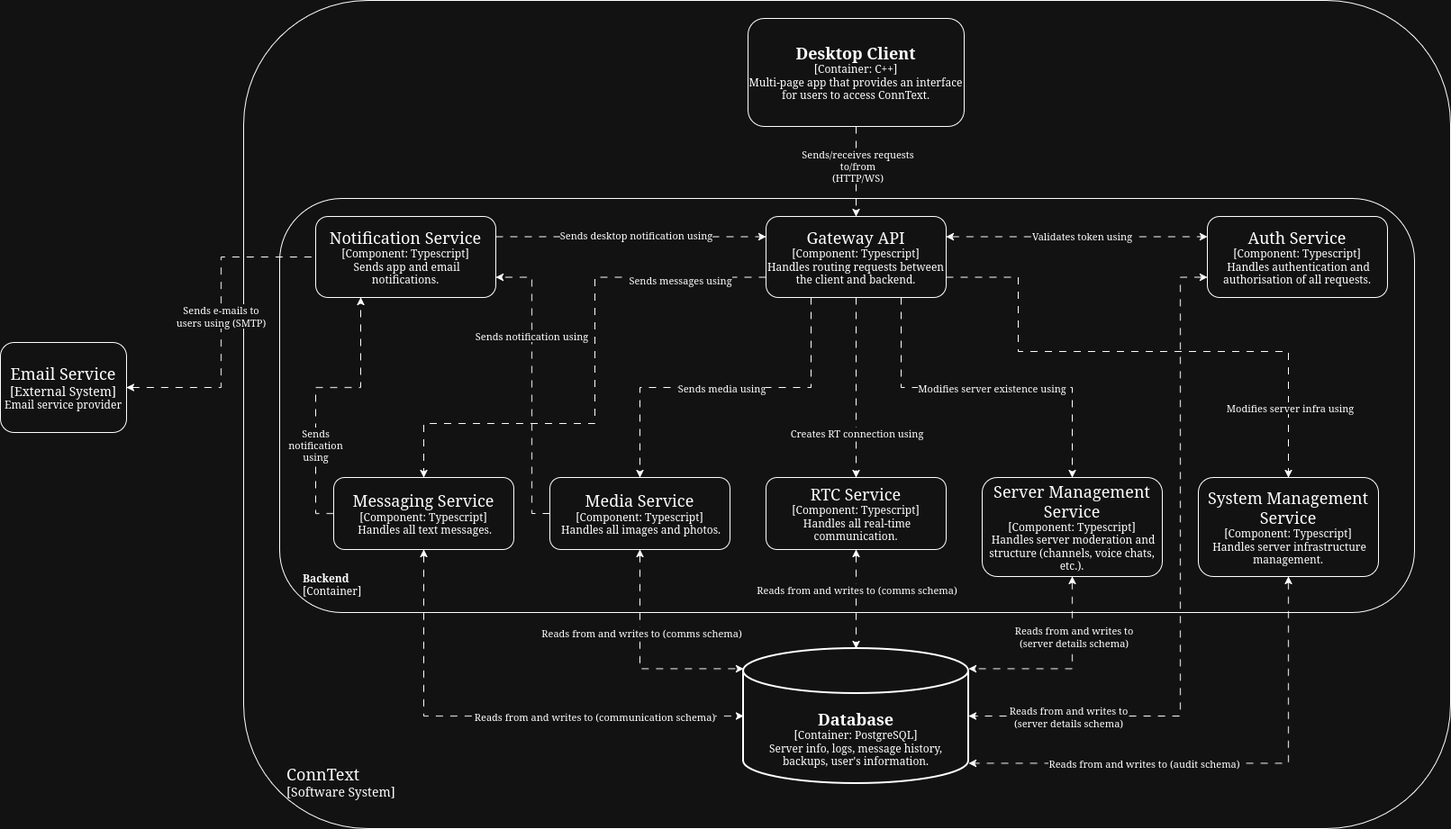
Above: Design/Architecture/Images/BackendComponentDiagram.png in Mx-Angel/ConnText-Docs (draw.io), before the change. Source tidied: cells renumbered, new cells last; positions are measured from the earlier drawing's top-left corner, leaving out a move shared by most shapes.
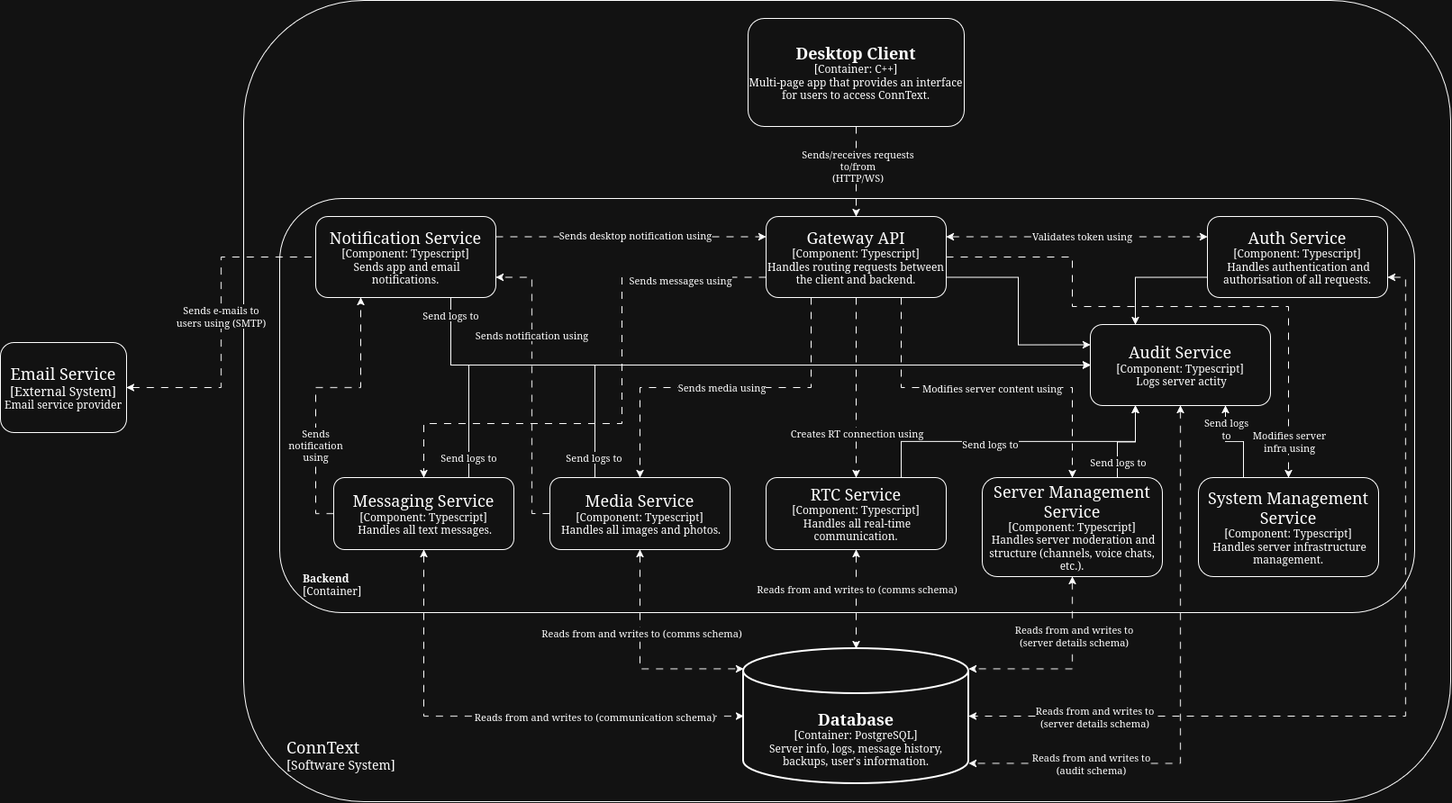
The same diagram one commit later.

Commit message:
Add backend ERD + ADR

The edit, as a diff of the source:
```diff
@@ -3,7 +3,7 @@
     <mxCell id="0" />
     <mxCell id="1" parent="0" />
     <mxCell id="2" value="&lt;div&gt;&lt;font style=&quot;font-size: 18px;&quot;&gt;ConnText&lt;/font&gt;&lt;/div&gt;&lt;div&gt;&lt;font style=&quot;font-size: 14px;&quot;&gt;[Software System]&lt;/font&gt;&lt;/div&gt;" style="rounded=1;whiteSpace=wrap;html=1;labelBackgroundColor=none;fillColor=none;align=left;verticalAlign=bottom;labelPosition=center;verticalLabelPosition=middle;spacingBottom=30;spacingLeft=46;" parent="1" vertex="1">
-      <mxGeometry x="270" width="1340" height="920" as="geometry" />
+      <mxGeometry x="270" width="1340" height="890" as="geometry" />
     </mxCell>
     <mxCell id="3" style="edgeStyle=orthogonalEdgeStyle;rounded=0;jettySize=auto;html=1;dashed=1;dashPattern=8 8;startArrow=classic;startFill=1;endArrow=none;endFill=0;entryX=0;entryY=0.5;entryDx=0;entryDy=0;" parent="1" edge="1" source="5" target="39">
       <mxGeometry relative="1" as="geometry" />
@@ -46,6 +46,9 @@
     <mxCell id="15" value="Validates token using" style="edgeLabel;html=1;align=center;verticalAlign=middle;" parent="14" vertex="1">
       <mxGeometry x="0.03" y="1" relative="1" as="geometry" />
     </mxCell>
+    <mxCell id="52" style="edgeStyle=orthogonalEdgeStyle;rounded=0;jettySize=auto;html=1;exitX=1;exitY=0.75;exitDx=0;exitDy=0;entryX=0;entryY=0.25;entryDx=0;entryDy=0;" parent="12" edge="1" source="16" target="66">
+      <mxGeometry relative="1" as="geometry" />
+    </mxCell>
     <mxCell id="16" value="&lt;div&gt;&lt;font style=&quot;font-size: 18px;&quot;&gt;Gateway API&lt;/font&gt;&lt;/div&gt;&lt;div&gt;[Component: Typescript]&lt;/div&gt;&lt;div&gt;Handles routing requests between the client and backend.&lt;/div&gt;" style="rounded=1;whiteSpace=wrap;html=1;fillColor=none;" parent="12" vertex="1">
       <mxGeometry x="540" y="20" width="200" height="90" as="geometry" />
     </mxCell>
@@ -55,6 +58,12 @@
     <mxCell id="18" value="&lt;div&gt;Sends&lt;/div&gt;&lt;div&gt;notification&lt;/div&gt;&lt;div&gt;using&lt;/div&gt;" style="edgeLabel;html=1;align=center;verticalAlign=middle;" parent="17" vertex="1">
       <mxGeometry x="-0.38" y="1" relative="1" as="geometry" />
     </mxCell>
+    <mxCell id="53" style="edgeStyle=orthogonalEdgeStyle;rounded=0;jettySize=auto;html=1;exitX=0.75;exitY=0;exitDx=0;exitDy=0;entryX=0;entryY=0.5;entryDx=0;entryDy=0;" parent="12" edge="1" source="19" target="66">
+      <mxGeometry relative="1" as="geometry" />
+    </mxCell>
+    <mxCell id="54" value="Send logs to" style="edgeLabel;html=1;align=center;verticalAlign=middle;" parent="53" vertex="1">
+      <mxGeometry x="-0.94" y="1" relative="1" as="geometry" />
+    </mxCell>
     <mxCell id="19" value="&lt;div&gt;&lt;font style=&quot;font-size: 18px;&quot;&gt;Messaging Service&lt;/font&gt;&lt;/div&gt;&lt;div&gt;[Component: Typescript]&lt;/div&gt;&lt;div&gt;&amp;nbsp;Handles all text messages.&lt;/div&gt;" style="rounded=1;whiteSpace=wrap;html=1;fillColor=none;" parent="12" vertex="1">
       <mxGeometry x="60" y="310" width="200" height="80" as="geometry" />
     </mxCell>
@@ -71,12 +80,32 @@
         <mxPoint y="-55" as="offset" />
       </mxGeometry>
     </mxCell>
+    <mxCell id="55" style="edgeStyle=orthogonalEdgeStyle;rounded=0;jettySize=auto;html=1;exitX=0.25;exitY=0;exitDx=0;exitDy=0;entryX=0;entryY=0.5;entryDx=0;entryDy=0;" parent="12" edge="1" source="22" target="66">
+      <mxGeometry relative="1" as="geometry" />
+    </mxCell>
+    <mxCell id="56" value="Send logs to" style="edgeLabel;html=1;align=center;verticalAlign=middle;" parent="55" vertex="1">
+      <mxGeometry x="-0.93" y="2" relative="1" as="geometry" />
+    </mxCell>
     <mxCell id="22" value="&lt;div&gt;&lt;font style=&quot;font-size: 18px;&quot;&gt;Media Service&lt;/font&gt;&lt;/div&gt;&lt;div&gt;[Component: Typescript]&lt;/div&gt;&lt;div&gt;&amp;nbsp;Handles all images and photos.&lt;/div&gt;" style="rounded=1;whiteSpace=wrap;html=1;fillColor=none;" parent="12" vertex="1">
       <mxGeometry x="300" y="310" width="200" height="80" as="geometry" />
     </mxCell>
+    <mxCell id="57" style="edgeStyle=orthogonalEdgeStyle;rounded=0;jettySize=auto;html=1;exitX=0.75;exitY=0;exitDx=0;exitDy=0;entryX=0.25;entryY=1;entryDx=0;entryDy=0;" parent="12" edge="1" source="23" target="66">
+      <mxGeometry relative="1" as="geometry" />
+    </mxCell>
+    <mxCell id="58" value="Send logs to" style="edgeLabel;html=1;align=center;verticalAlign=middle;" parent="57" vertex="1">
+      <mxGeometry x="-0.18" y="-2" relative="1" as="geometry" />
+    </mxCell>
     <mxCell id="23" value="&lt;div&gt;&lt;font style=&quot;font-size: 18px;&quot;&gt;RTC Service&lt;/font&gt;&lt;/div&gt;&lt;div&gt;[Component: Typescript]&lt;/div&gt;&lt;div&gt;&amp;nbsp;Handles all real-time communication.&lt;/div&gt;" style="rounded=1;whiteSpace=wrap;html=1;fillColor=none;" parent="12" vertex="1">
       <mxGeometry x="540" y="310" width="200" height="80" as="geometry" />
     </mxCell>
+    <mxCell id="59" style="edgeStyle=orthogonalEdgeStyle;rounded=0;jettySize=auto;html=1;exitX=0.75;exitY=0;exitDx=0;exitDy=0;" parent="12" edge="1" source="24">
+      <mxGeometry relative="1" as="geometry">
+        <mxPoint x="950" y="230" as="targetPoint" />
+      </mxGeometry>
+    </mxCell>
+    <mxCell id="60" value="Send logs to" style="edgeLabel;html=1;align=center;verticalAlign=middle;" parent="59" vertex="1">
+      <mxGeometry x="-0.64" relative="1" as="geometry" />
+    </mxCell>
     <mxCell id="24" value="&lt;div&gt;&lt;font style=&quot;font-size: 18px;&quot;&gt;Server Management Service&lt;/font&gt;&lt;/div&gt;&lt;div&gt;[Component: Typescript]&lt;/div&gt;&lt;div&gt;&amp;nbsp;Handles server moderation and structure (channels, voice chats, etc.).&lt;/div&gt;" style="rounded=1;whiteSpace=wrap;html=1;fillColor=none;" parent="12" vertex="1">
       <mxGeometry x="780" y="310" width="200" height="110" as="geometry" />
     </mxCell>
@@ -99,8 +128,8 @@
     <mxCell id="29" style="edgeStyle=orthogonalEdgeStyle;rounded=0;jettySize=auto;html=1;exitX=0;exitY=0.75;exitDx=0;exitDy=0;entryX=0.5;entryY=0;entryDx=0;entryDy=0;dashed=1;dashPattern=8 8;" parent="12" edge="1" source="16" target="19">
       <mxGeometry relative="1" as="geometry">
         <Array as="points">
-          <mxPoint x="350" y="88" />
-          <mxPoint x="350" y="250" />
+          <mxPoint x="380" y="88" />
+          <mxPoint x="380" y="250" />
           <mxPoint x="160" y="250" />
         </Array>
       </mxGeometry>
@@ -113,26 +142,37 @@
     <mxCell id="31" style="edgeStyle=orthogonalEdgeStyle;rounded=0;jettySize=auto;html=1;exitX=0.75;exitY=1;exitDx=0;exitDy=0;entryX=0.5;entryY=0;entryDx=0;entryDy=0;dashed=1;dashPattern=8 8;" parent="12" edge="1" source="16" target="24">
       <mxGeometry relative="1" as="geometry" />
     </mxCell>
-    <mxCell id="32" value="Modifies server existence using" style="edgeLabel;html=1;align=center;verticalAlign=middle;" parent="31" vertex="1">
+    <mxCell id="32" value="Modifies server content using" style="edgeLabel;html=1;align=center;verticalAlign=middle;" parent="31" vertex="1">
       <mxGeometry x="0.62" y="1" relative="1" as="geometry">
         <mxPoint x="-91" y="-25" as="offset" />
       </mxGeometry>
     </mxCell>
-    <mxCell id="33" style="edgeStyle=orthogonalEdgeStyle;rounded=0;jettySize=auto;html=1;exitX=1;exitY=0.75;exitDx=0;exitDy=0;entryX=0.5;entryY=0;entryDx=0;entryDy=0;dashed=1;dashPattern=8 8;" parent="12" edge="1" source="16" target="36">
+    <mxCell id="33" style="edgeStyle=orthogonalEdgeStyle;rounded=0;jettySize=auto;html=1;exitX=1;exitY=0.5;exitDx=0;exitDy=0;entryX=0.5;entryY=0;entryDx=0;entryDy=0;dashed=1;dashPattern=8 8;" parent="12" edge="1" source="16" target="36">
       <mxGeometry relative="1" as="geometry">
         <Array as="points">
-          <mxPoint x="820" y="88" />
-          <mxPoint x="820" y="170" />
-          <mxPoint x="1120" y="170" />
+          <mxPoint x="880" y="65" />
+          <mxPoint x="880" y="120" />
+          <mxPoint x="1120" y="120" />
         </Array>
       </mxGeometry>
     </mxCell>
-    <mxCell id="34" value="Modifies server infra using" style="edgeLabel;html=1;align=center;verticalAlign=middle;" parent="33" vertex="1">
-      <mxGeometry x="0.74" y="1" relative="1" as="geometry" />
+    <mxCell id="34" value="&lt;div&gt;Modifies server&lt;/div&gt;&lt;div&gt;infra using&lt;/div&gt;" style="edgeLabel;html=1;align=center;verticalAlign=middle;" parent="33" vertex="1">
+      <mxGeometry x="0.74" y="1" relative="1" as="geometry">
+        <mxPoint x="-1" y="39" as="offset" />
+      </mxGeometry>
     </mxCell>
+    <mxCell id="61" style="edgeStyle=orthogonalEdgeStyle;rounded=0;jettySize=auto;html=1;exitX=0;exitY=0.75;exitDx=0;exitDy=0;entryX=0.25;entryY=0;entryDx=0;entryDy=0;" parent="12" edge="1" source="35" target="66">
+      <mxGeometry relative="1" as="geometry" />
+    </mxCell>
     <mxCell id="35" value="&lt;div&gt;&lt;font style=&quot;font-size: 18px;&quot;&gt;Auth Service&lt;/font&gt;&lt;/div&gt;&lt;div&gt;[Component: Typescript]&lt;/div&gt;&lt;div&gt;&amp;nbsp;Handles authentication and authorisation of all requests.&lt;/div&gt;" style="rounded=1;whiteSpace=wrap;html=1;fillColor=none;" parent="12" vertex="1">
       <mxGeometry x="1030" y="20" width="200" height="90" as="geometry" />
     </mxCell>
+    <mxCell id="62" style="edgeStyle=orthogonalEdgeStyle;rounded=0;jettySize=auto;html=1;exitX=0.25;exitY=0;exitDx=0;exitDy=0;entryX=0.75;entryY=1;entryDx=0;entryDy=0;" parent="12" edge="1" source="36" target="66">
+      <mxGeometry relative="1" as="geometry" />
+    </mxCell>
+    <mxCell id="63" value="&lt;div&gt;Send logs&lt;/div&gt;&lt;div&gt;to&lt;/div&gt;" style="edgeLabel;html=1;align=center;verticalAlign=middle;" parent="62" vertex="1">
+      <mxGeometry x="0.5" relative="1" as="geometry" />
+    </mxCell>
     <mxCell id="36" value="&lt;div&gt;&lt;font style=&quot;font-size: 18px;&quot;&gt;System Management Service&lt;/font&gt;&lt;/div&gt;&lt;div&gt;[Component: Typescript]&lt;/div&gt;&lt;div&gt;&amp;nbsp;Handles server infrastructure management.&lt;/div&gt;" style="rounded=1;whiteSpace=wrap;html=1;fillColor=none;" parent="12" vertex="1">
       <mxGeometry x="1020" y="310" width="200" height="110" as="geometry" />
     </mxCell>
@@ -144,9 +184,20 @@
         <mxPoint x="29" y="-3" as="offset" />
       </mxGeometry>
     </mxCell>
+    <mxCell id="64" style="edgeStyle=orthogonalEdgeStyle;rounded=0;jettySize=auto;html=1;exitX=0.75;exitY=1;exitDx=0;exitDy=0;entryX=0;entryY=0.5;entryDx=0;entryDy=0;" parent="12" edge="1" source="39" target="66">
+      <mxGeometry relative="1" as="geometry" />
+    </mxCell>
+    <mxCell id="65" value="Send logs to" style="edgeLabel;html=1;align=center;verticalAlign=middle;" parent="64" vertex="1">
+      <mxGeometry x="-0.9" y="-1" relative="1" as="geometry">
+        <mxPoint y="-19" as="offset" />
+      </mxGeometry>
+    </mxCell>
     <mxCell id="39" value="&lt;div&gt;&lt;font style=&quot;font-size: 18px;&quot;&gt;Notification Service&lt;/font&gt;&lt;/div&gt;&lt;div&gt;[Component: Typescript]&lt;/div&gt;&lt;div&gt;&amp;nbsp;Sends app and email notifications.&lt;/div&gt;" style="rounded=1;whiteSpace=wrap;html=1;fillColor=none;" parent="12" vertex="1">
       <mxGeometry x="40" y="20" width="200" height="90" as="geometry" />
     </mxCell>
+    <mxCell id="66" value="&lt;div&gt;&lt;font style=&quot;font-size: 18px;&quot;&gt;Audit Service&lt;/font&gt;&lt;/div&gt;&lt;div&gt;[Component: Typescript]&lt;/div&gt;&lt;div&gt;&amp;nbsp;Logs server actity&lt;/div&gt;" style="rounded=1;whiteSpace=wrap;html=1;fillColor=none;" parent="12" vertex="1">
+      <mxGeometry x="900" y="140" width="200" height="90" as="geometry" />
+    </mxCell>
     <mxCell id="40" style="edgeStyle=orthogonalEdgeStyle;rounded=0;jettySize=auto;html=1;entryX=0;entryY=0.5;entryDx=0;entryDy=0;entryPerimeter=0;exitX=0.5;exitY=1;exitDx=0;exitDy=0;dashed=1;dashPattern=8 8;startArrow=classic;startFill=1;" parent="1" edge="1" source="19" target="10">
       <mxGeometry relative="1" as="geometry" />
     </mxCell>
@@ -171,17 +222,19 @@
     <mxCell id="47" value="&lt;div&gt;Reads from and writes to&lt;/div&gt;&lt;div&gt;(server details schema)&lt;/div&gt;" style="edgeLabel;html=1;align=center;verticalAlign=middle;" parent="46" vertex="1">
       <mxGeometry x="-0.39" y="1" relative="1" as="geometry" />
     </mxCell>
-    <mxCell id="48" style="edgeStyle=orthogonalEdgeStyle;rounded=0;jettySize=auto;html=1;exitX=0.5;exitY=1;exitDx=0;exitDy=0;entryX=1;entryY=0.85;entryDx=0;entryDy=0;entryPerimeter=0;dashed=1;dashPattern=8 8;startArrow=classic;startFill=1;" parent="1" edge="1" source="36" target="10">
+    <mxCell id="48" style="edgeStyle=orthogonalEdgeStyle;rounded=0;jettySize=auto;html=1;exitX=0.5;exitY=1;exitDx=0;exitDy=0;entryX=1;entryY=0.85;entryDx=0;entryDy=0;entryPerimeter=0;dashed=1;dashPattern=8 8;startArrow=classic;startFill=1;" parent="1" edge="1" source="66" target="10">
       <mxGeometry relative="1" as="geometry" />
     </mxCell>
-    <mxCell id="49" value="Reads from and writes to (audit schema)" style="edgeLabel;html=1;align=center;verticalAlign=middle;" parent="48" vertex="1">
-      <mxGeometry x="0.31" relative="1" as="geometry" />
+    <mxCell id="49" value="&lt;div&gt;Reads from and writes to&lt;/div&gt;&lt;div&gt;(audit schema)&lt;/div&gt;" style="edgeLabel;html=1;align=center;verticalAlign=middle;" parent="48" vertex="1">
+      <mxGeometry x="0.31" relative="1" as="geometry">
+        <mxPoint x="-84" as="offset" />
+      </mxGeometry>
     </mxCell>
-    <mxCell id="50" style="edgeStyle=orthogonalEdgeStyle;rounded=0;jettySize=auto;html=1;exitX=0;exitY=0.75;exitDx=0;exitDy=0;entryX=1;entryY=0.5;entryDx=0;entryDy=0;entryPerimeter=0;dashed=1;dashPattern=8 8;startArrow=classic;startFill=1;" parent="1" edge="1" source="35" target="10">
+    <mxCell id="50" style="edgeStyle=orthogonalEdgeStyle;rounded=0;jettySize=auto;html=1;exitX=1;exitY=0.75;exitDx=0;exitDy=0;entryX=1;entryY=0.5;entryDx=0;entryDy=0;entryPerimeter=0;dashed=1;dashPattern=8 8;startArrow=classic;startFill=1;" parent="1" edge="1" source="35" target="10">
       <mxGeometry relative="1" as="geometry">
         <Array as="points">
-          <mxPoint x="1310" y="308" />
-          <mxPoint x="1310" y="795" />
+          <mxPoint x="1560" y="308" />
+          <mxPoint x="1560" y="795" />
         </Array>
       </mxGeometry>
     </mxCell>
```
